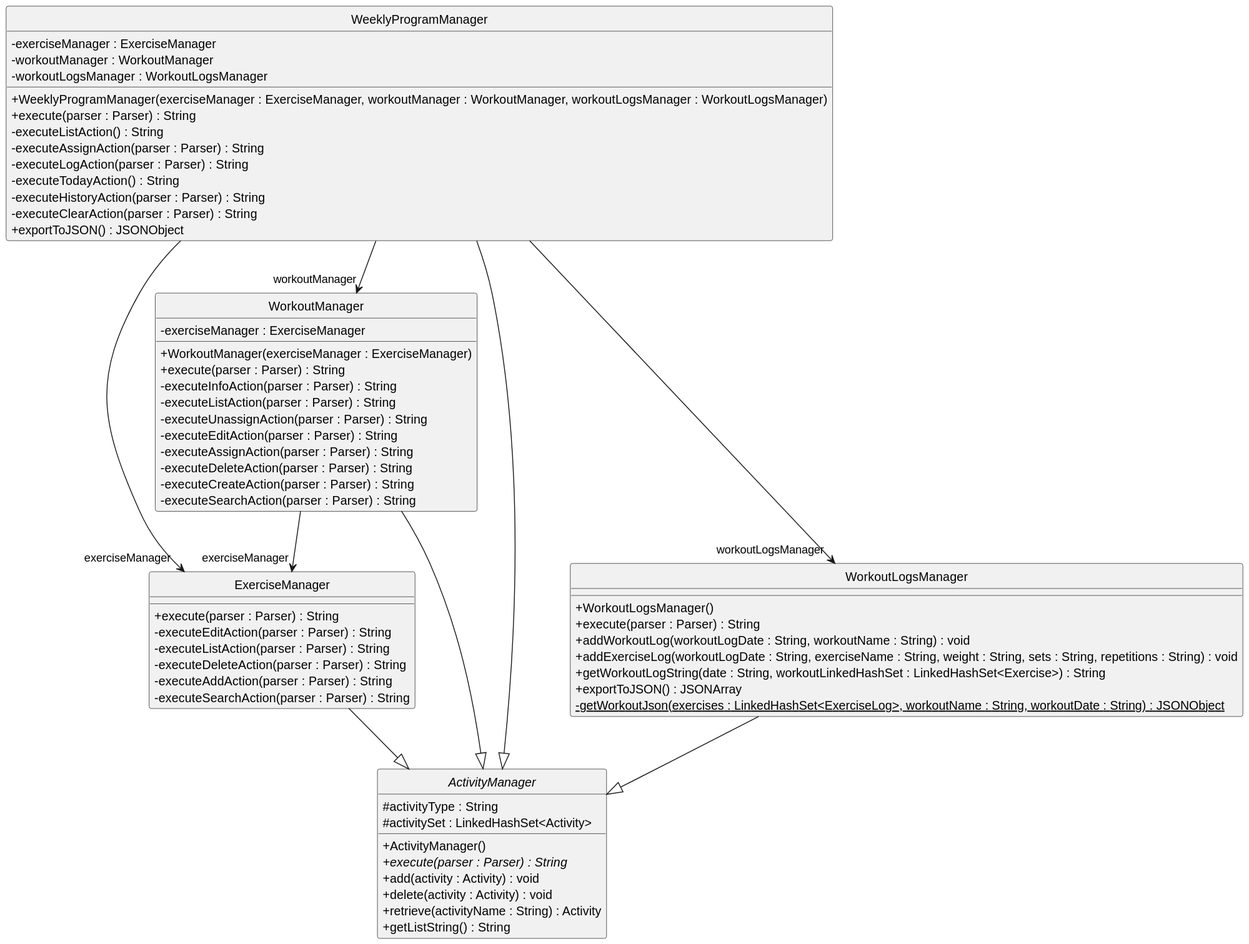
Earlier version of the PlantUML export docs/diagrams/ActivityManagerClassDiagram.svg (joshualeejunyi/tp).
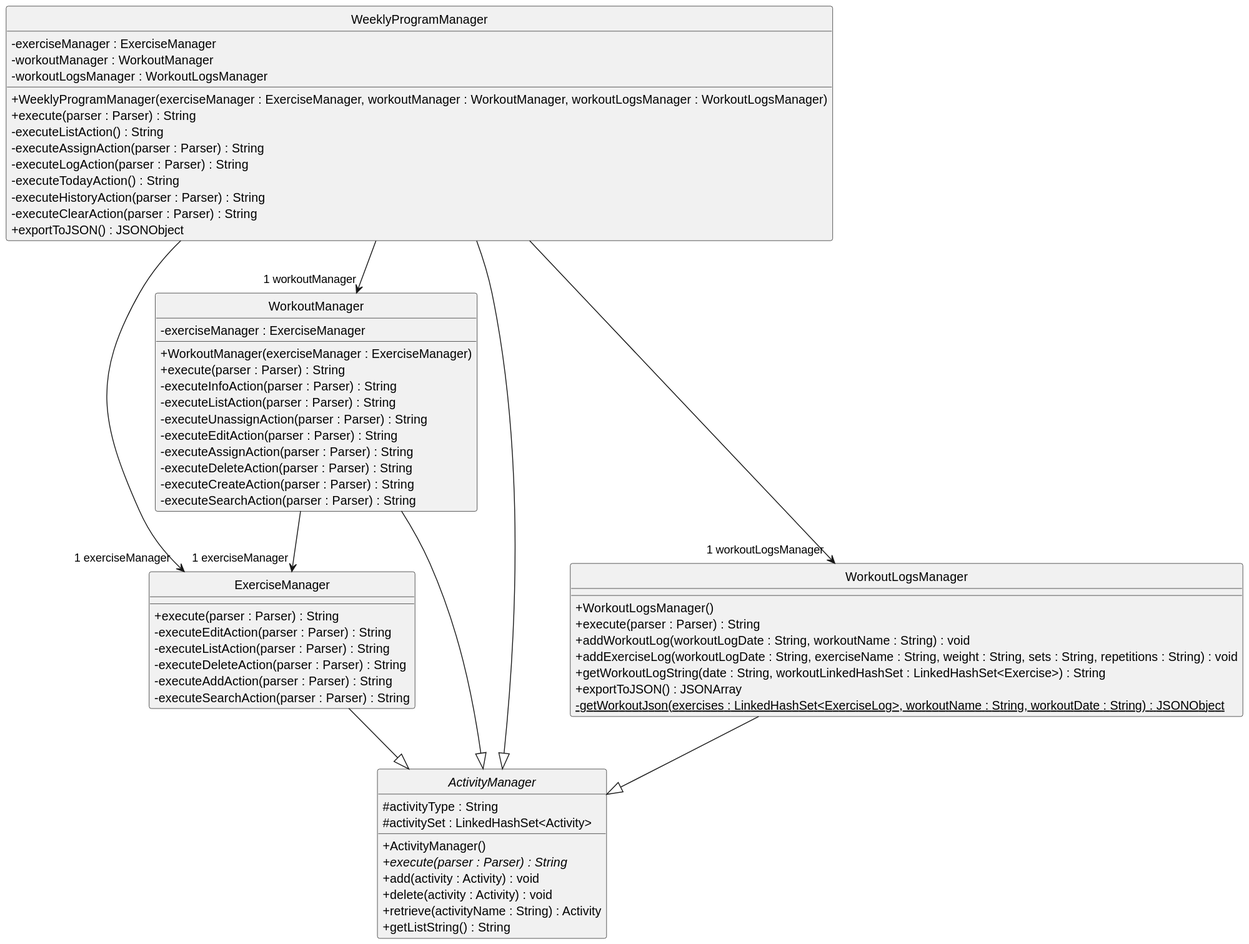
Later version of the same file.

What changed in the source:
```diff
@@ -61,8 +61,8 @@
 + retrieve(activityName : String) : Activity
 + getListString() : String
 }
-WorkoutManager-->"exerciseManager" ExerciseManager
-WeeklyProgramManager-->"exerciseManager" ExerciseManager
-WeeklyProgramManager-->"workoutManager" WorkoutManager
-WeeklyProgramManager-->"workoutLogsManager" WorkoutLogsManager
+WorkoutManager-->"1 exerciseManager" ExerciseManager
+WeeklyProgramManager-->"1 exerciseManager" ExerciseManager
+WeeklyProgramManager-->"1 workoutManager" WorkoutManager
+WeeklyProgramManager-->"1 workoutLogsManager" WorkoutLogsManager
 @enduml
```
